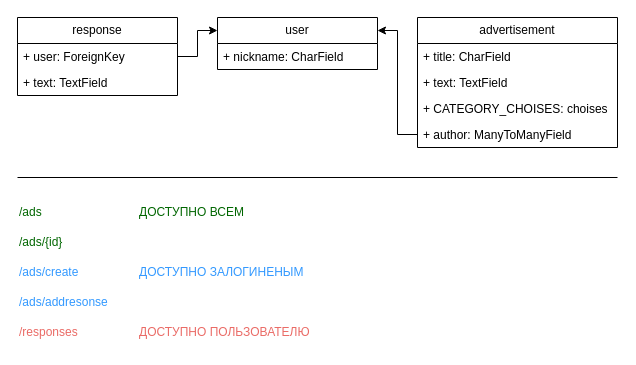
The draw.io diagram bulltin_board.drawio in SergeySkywell/bulletin_board, before the edit. Source tidied: cells renumbered, new cells numbered last; positions are measured from the earlier drawing's top-left corner, leaving out a move shared by most shapes. Both pictures are drawn from the tidied source at 100%, with x=0, y=0 at pixel (17, 17).
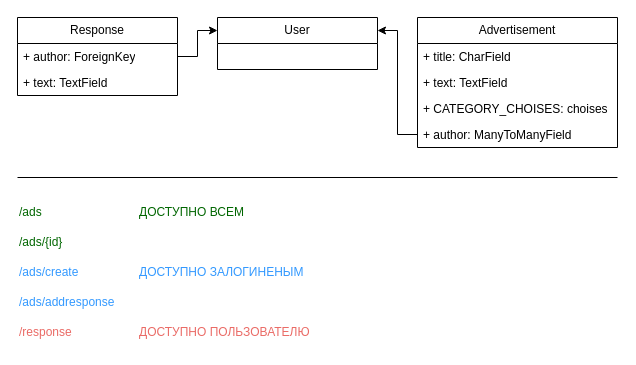
The same diagram, later.

What changed in the source:
```diff
@@
-    <mxCell id="2" value="advertisement" style="swimlane;fontStyle=0;horizontal=1;startSize=26;fillColor=none;whiteSpace=wrap;html=1;" parent="1" vertex="1">
+    <mxCell id="2" value="Advertisement" style="swimlane;fontStyle=0;horizontal=1;startSize=26;fillColor=none;whiteSpace=wrap;html=1;" parent="1" vertex="1">
       <mxGeometry x="400" width="200" height="130" as="geometry" />
     </mxCell>
@@
-    <mxCell id="7" value="user" style="swimlane;fontStyle=0;horizontal=1;startSize=26;fillColor=none;whiteSpace=wrap;html=1;" parent="1" vertex="1">
+    <mxCell id="7" value="User" style="swimlane;fontStyle=0;horizontal=1;startSize=26;fillColor=none;whiteSpace=wrap;html=1;" parent="1" vertex="1">
       <mxGeometry x="200" width="160" height="52" as="geometry" />
     </mxCell>
-    <mxCell id="8" value="+ nickname: CharField" style="text;strokeColor=none;fillColor=none;align=left;verticalAlign=top;spacingLeft=4;spacingRight=4;overflow=hidden;whiteSpace=wrap;html=1;" parent="7" vertex="1">
-      <mxGeometry y="26" width="160" height="26" as="geometry" />
-    </mxCell>
-    <mxCell id="9" value="response" style="swimlane;fontStyle=0;horizontal=1;startSize=26;fillColor=none;whiteSpace=wrap;html=1;" parent="1" vertex="1">
+    <mxCell id="9" value="Response" style="swimlane;fontStyle=0;horizontal=1;startSize=26;fillColor=none;whiteSpace=wrap;html=1;" parent="1" vertex="1">
       <mxGeometry width="160" height="78" as="geometry" />
     </mxCell>
-    <mxCell id="10" value="+ user: ForeignKey" style="text;strokeColor=none;fillColor=none;align=left;verticalAlign=top;spacingLeft=4;spacingRight=4;overflow=hidden;points=[[0,0.5],[1,0.5]];portConstraint=eastwest;whiteSpace=wrap;html=1;" parent="9" vertex="1">
+    <mxCell id="10" value="+ author: ForeignKey" style="text;strokeColor=none;fillColor=none;align=left;verticalAlign=top;spacingLeft=4;spacingRight=4;overflow=hidden;points=[[0,0.5],[1,0.5]];portConstraint=eastwest;whiteSpace=wrap;html=1;" parent="9" vertex="1">
       <mxGeometry y="26" width="160" height="26" as="geometry" />
     </mxCell>
@@
-    <mxCell id="17" value="/responses" style="text;html=1;align=left;verticalAlign=middle;strokeColor=none;fillColor=none;horizontal=1;fontColor=#EA6B66;" parent="1" vertex="1">
+    <mxCell id="17" value="/response" style="text;html=1;align=left;verticalAlign=middle;strokeColor=none;fillColor=none;horizontal=1;fontColor=#EA6B66;" parent="1" vertex="1">
       <mxGeometry y="300" width="80" height="30" as="geometry" />
     </mxCell>
-    <mxCell id="18" value="/ads/addresonse" style="text;html=1;align=left;verticalAlign=middle;strokeColor=none;fillColor=none;fontColor=#3399FF;" parent="1" vertex="1">
-      <mxGeometry y="270" width="110" height="30" as="geometry" />
+    <mxCell id="18" value="/ads/addresponse" style="text;html=1;align=left;verticalAlign=middle;strokeColor=none;fillColor=none;fontColor=#3399FF;" parent="1" vertex="1">
+      <mxGeometry y="270" width="120" height="30" as="geometry" />
     </mxCell>
```
